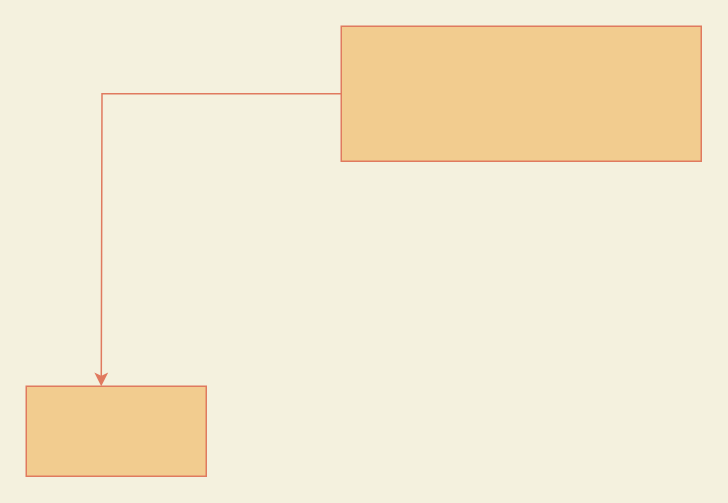
Above: DefaultListableBeanFactory类结构图.drawio in Newbabe/images (draw.io), before the change. Source tidied: cells renumbered, new cells numbered last; positions are measured from the earlier drawing's top-left corner, leaving out a move shared by most shapes. Both pictures are drawn from the tidied source at 150%, with x=0, y=0 at pixel (26, 26).
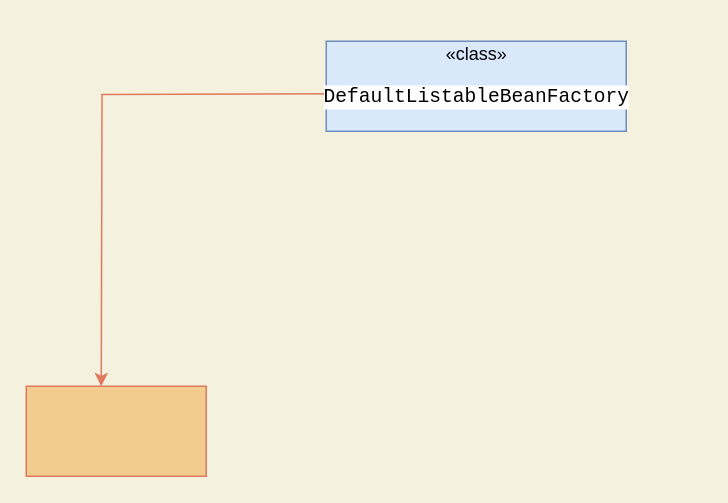
After the change.

Commit message (it also covers changes not shown here):
更新DefaultListableBeanFactory类结构图.drawio

Change to the diagram source:
```diff
@@
 <mxGraphModel background="#F4F1DE">
   <root>
     <mxCell id="0" />
     <mxCell id="1" parent="0" />
-    <mxCell id="2" style="edgeStyle=orthogonalEdgeStyle;rounded=0;jettySize=auto;html=1;exitX=0;exitY=0.5;exitDx=0;exitDy=0;fontFamily=Helvetica;fontColor=#393C56;labelBackgroundColor=#F4F1DE;strokeColor=#E07A5F;" parent="1" edge="1" source="3">
+    <mxCell id="2" style="edgeStyle=orthogonalEdgeStyle;rounded=0;orthogonalLoop=1;jettySize=auto;html=1;exitX=0;exitY=0.5;exitDx=0;exitDy=0;fontFamily=Helvetica;fontColor=#393C56;labelBackgroundColor=#F4F1DE;strokeColor=#E07A5F;" parent="1" edge="1">
       <mxGeometry relative="1" as="geometry">
+        <mxPoint x="210" y="45" as="sourcePoint" />
         <mxPoint x="50" y="240" as="targetPoint" />
       </mxGeometry>
     </mxCell>
-    <mxCell id="3" value="&lt;pre style=&quot;background-color: rgb(255, 255, 255); font-family: &amp;quot;JetBrains Mono&amp;quot;, monospace; font-size: 9.8pt;&quot;&gt;&lt;br&gt;&lt;/pre&gt;" style="rounded=0;whiteSpace=wrap;html=1;fillColor=#F2CC8F;strokeColor=#E07A5F;fontColor=#393C56;" parent="1" vertex="1">
-      <mxGeometry x="210" width="240" height="90" as="geometry" />
-    </mxCell>
     <mxCell id="4" style="rounded=0;whiteSpace=wrap;html=1;fontFamily=Helvetica;fontColor=#393C56;fillColor=#F2CC8F;strokeColor=#E07A5F;" parent="1" vertex="1">
       <mxGeometry y="240" width="120" height="60" as="geometry" />
     </mxCell>
+    <mxCell id="5" value="«class»&lt;br&gt;&lt;pre style=&quot;background-color:#ffffff;color:#000000;font-family:'JetBrains Mono',monospace;font-size:9.8pt;&quot;&gt;DefaultListableBeanFactory&lt;/pre&gt;" style="html=1;strokeColor=#6c8ebf;fillColor=#dae8fc;" parent="1" vertex="1">
+      <mxGeometry x="200" y="10" width="200" height="60" as="geometry" />
+    </mxCell>
   </root>
 </mxGraphModel>
```
